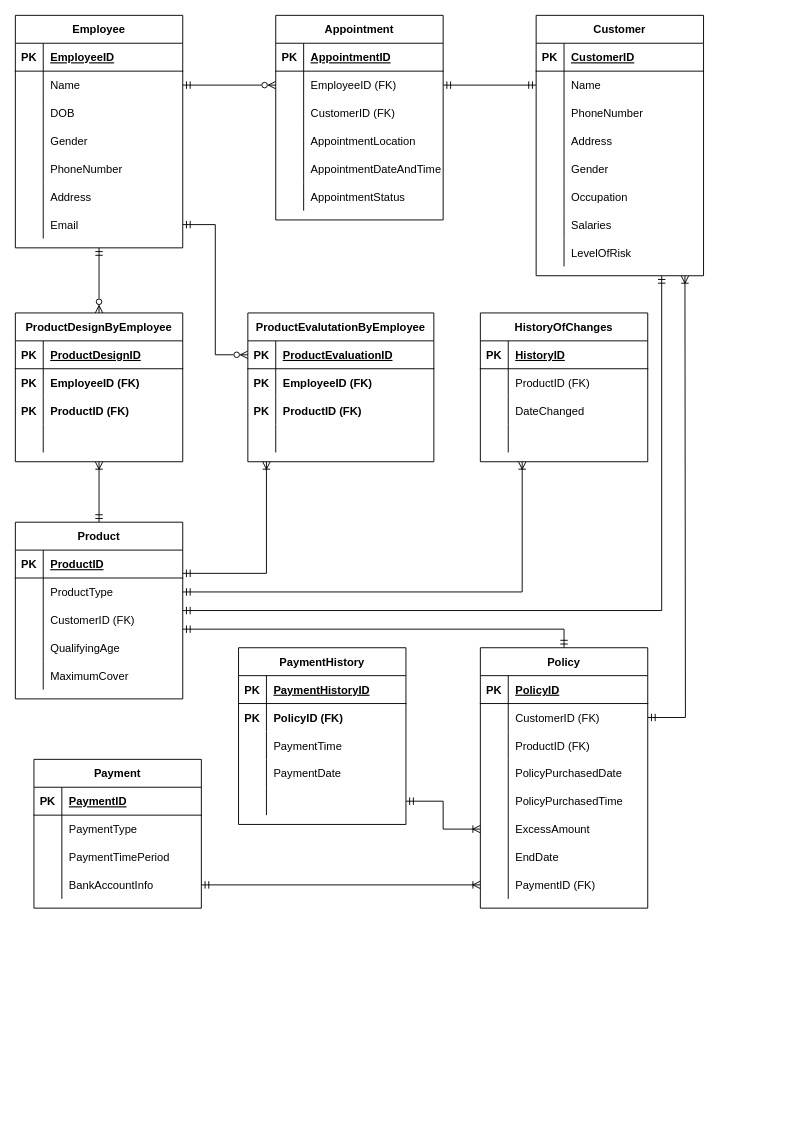
The draw.io diagram Assignment1.drawio in MaxCouling/infomgmt192, before the edit. Source tidied: cells renumbered, new cells numbered last; positions are measured from the earlier drawing's top-left corner, leaving out a move shared by most shapes. Both pictures are drawn from the tidied source at 93%, with x=0, y=0 at pixel (15, 15).
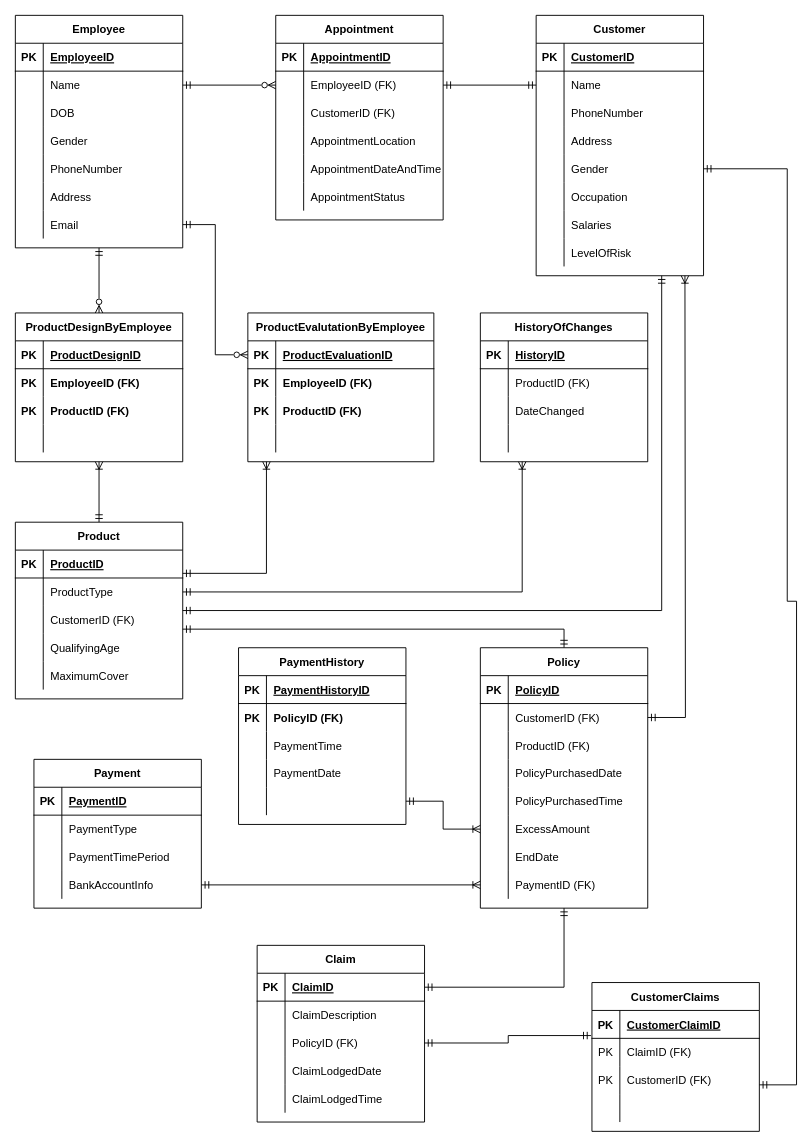
Above is the later version.

The change refers to these unchanged cells:
```xml
<mxCell id="57" style="shape=tableRow;horizontal=0;startSize=0;swimlaneHead=0;swimlaneBody=0;fillColor=none;points=[[0,0.5],[1,0.5]];portConstraint=eastwest;top=0;left=0;right=0;bottom=0;" parent="44" vertex="1">
  <mxGeometry y="150" width="180" height="30" as="geometry" />
</mxCell>
<mxCell id="132" value="Policy" style="shape=table;startSize=30;childLayout=tableLayout;rowLines=0;fontStyle=1;align=center;" parent="1" vertex="1">
  <mxGeometry x="500" y="680" width="180" height="280" as="geometry" />
</mxCell>
```

Diff of the diagram source:
```diff
@@
+    <mxCell id="189" style="edgeStyle=orthogonalEdgeStyle;rounded=0;jettySize=auto;html=1;startArrow=ERmandOne;startFill=0;endArrow=ERmandOne;endFill=0;" parent="1" edge="1" source="132" target="191">
+      <mxGeometry relative="1" as="geometry" />
+    </mxCell>
@@
+    <mxCell id="190" value="Claim" style="shape=table;startSize=30;childLayout=tableLayout;rowLines=0;fontStyle=1;align=center;" parent="1" vertex="1">
+      <mxGeometry x="260" y="1000" width="180" height="190" as="geometry" />
+    </mxCell>
+    <mxCell id="191" style="shape=tableRow;horizontal=0;startSize=0;swimlaneHead=0;swimlaneBody=0;fillColor=none;points=[[0,0.5],[1,0.5]];portConstraint=eastwest;top=0;left=0;right=0;bottom=1;" parent="190" vertex="1">
+      <mxGeometry y="30" width="180" height="30" as="geometry" />
+    </mxCell>
+    <mxCell id="192" value="PK" style="shape=partialRectangle;fillColor=none;top=0;left=0;bottom=0;right=0;fontStyle=1;overflow=hidden;" parent="191" vertex="1">
+      <mxGeometry width="30" height="30" as="geometry" />
+    </mxCell>
+    <mxCell id="193" value="ClaimID" style="shape=partialRectangle;fillColor=none;top=0;left=0;bottom=0;right=0;align=left;spacingLeft=6;fontStyle=5;overflow=hidden;" parent="191" vertex="1">
+      <mxGeometry x="30" width="150" height="30" as="geometry" />
+    </mxCell>
+    <mxCell id="194" style="shape=tableRow;horizontal=0;startSize=0;swimlaneHead=0;swimlaneBody=0;fillColor=none;top=0;left=0;right=0;bottom=0;" parent="190" vertex="1">
+      <mxGeometry y="60" width="180" height="30" as="geometry" />
+    </mxCell>
+    <mxCell id="195" style="shape=partialRectangle;fillColor=none;top=0;left=0;bottom=0;right=0;overflow=hidden;" parent="194" vertex="1">
+      <mxGeometry width="30" height="30" as="geometry" />
+    </mxCell>
+    <mxCell id="196" value="ClaimDescription" style="shape=partialRectangle;fillColor=none;top=0;left=0;bottom=0;right=0;align=left;spacingLeft=6;overflow=hidden;" parent="194" vertex="1">
+      <mxGeometry x="30" width="150" height="30" as="geometry" />
+    </mxCell>
+    <mxCell id="197" style="shape=tableRow;horizontal=0;startSize=0;swimlaneHead=0;swimlaneBody=0;fillColor=none;points=[[0,0.5],[1,0.5]];portConstraint=eastwest;top=0;left=0;right=0;bottom=0;" parent="190" vertex="1">
+      <mxGeometry y="90" width="180" height="30" as="geometry" />
+    </mxCell>
+    <mxCell id="198" style="shape=partialRectangle;fillColor=none;top=0;left=0;bottom=0;right=0;overflow=hidden;" parent="197" vertex="1">
+      <mxGeometry width="30" height="30" as="geometry" />
+    </mxCell>
+    <mxCell id="199" value="PolicyID (FK)" style="shape=partialRectangle;fillColor=none;top=0;left=0;bottom=0;right=0;align=left;spacingLeft=6;overflow=hidden;" parent="197" vertex="1">
+      <mxGeometry x="30" width="150" height="30" as="geometry" />
+    </mxCell>
+    <mxCell id="200" style="shape=tableRow;horizontal=0;startSize=0;swimlaneHead=0;swimlaneBody=0;fillColor=none;top=0;left=0;right=0;bottom=0;" parent="190" vertex="1">
+      <mxGeometry y="120" width="180" height="30" as="geometry" />
+    </mxCell>
+    <mxCell id="201" style="shape=partialRectangle;fillColor=none;top=0;left=0;bottom=0;right=0;overflow=hidden;" parent="200" vertex="1">
+      <mxGeometry width="30" height="30" as="geometry" />
+    </mxCell>
+    <mxCell id="202" value="ClaimLodgedDate" style="shape=partialRectangle;fillColor=none;top=0;left=0;bottom=0;right=0;align=left;spacingLeft=6;overflow=hidden;" parent="200" vertex="1">
+      <mxGeometry x="30" width="150" height="30" as="geometry" />
+    </mxCell>
+    <mxCell id="203" style="shape=tableRow;horizontal=0;startSize=0;swimlaneHead=0;swimlaneBody=0;fillColor=none;top=0;left=0;right=0;bottom=0;" parent="190" vertex="1">
+      <mxGeometry y="150" width="180" height="30" as="geometry" />
+    </mxCell>
+    <mxCell id="204" style="shape=partialRectangle;fillColor=none;top=0;left=0;bottom=0;right=0;overflow=hidden;" parent="203" vertex="1">
+      <mxGeometry width="30" height="30" as="geometry" />
+    </mxCell>
+    <mxCell id="205" value="ClaimLodgedTime" style="shape=partialRectangle;fillColor=none;top=0;left=0;bottom=0;right=0;align=left;spacingLeft=6;overflow=hidden;" parent="203" vertex="1">
+      <mxGeometry x="30" width="150" height="30" as="geometry" />
+    </mxCell>
+    <mxCell id="206" style="edgeStyle=orthogonalEdgeStyle;rounded=0;jettySize=auto;html=1;startArrow=ERmandOne;startFill=0;endArrow=ERmandOne;endFill=0;entryX=1;entryY=0.5;entryDx=0;entryDy=0;" parent="1" edge="1" source="207" target="57">
+      <mxGeometry relative="1" as="geometry">
+        <Array as="points">
+          <mxPoint x="840" y="1150" />
+          <mxPoint x="840" y="630" />
+          <mxPoint x="830" y="630" />
+          <mxPoint x="830" y="165" />
+        </Array>
+      </mxGeometry>
+    </mxCell>
+    <mxCell id="207" value="CustomerClaims" style="shape=table;startSize=30;childLayout=tableLayout;rowLines=0;fontStyle=1;align=center;" parent="1" vertex="1">
+      <mxGeometry x="620" y="1040" width="180" height="160" as="geometry" />
+    </mxCell>
+    <mxCell id="208" style="shape=tableRow;horizontal=0;startSize=0;swimlaneHead=0;swimlaneBody=0;fillColor=none;points=[[0,0.5],[1,0.5]];portConstraint=eastwest;top=0;left=0;right=0;bottom=1;" parent="207" vertex="1">
+      <mxGeometry y="30" width="180" height="30" as="geometry" />
+    </mxCell>
+    <mxCell id="209" value="PK" style="shape=partialRectangle;fillColor=none;top=0;left=0;bottom=0;right=0;fontStyle=1;overflow=hidden;" parent="208" vertex="1">
+      <mxGeometry width="30" height="30" as="geometry" />
+    </mxCell>
+    <mxCell id="210" value="CustomerClaimID" style="shape=partialRectangle;fillColor=none;top=0;left=0;bottom=0;right=0;align=left;spacingLeft=6;fontStyle=5;overflow=hidden;" parent="208" vertex="1">
+      <mxGeometry x="30" width="150" height="30" as="geometry" />
+    </mxCell>
+    <mxCell id="211" style="shape=tableRow;horizontal=0;startSize=0;swimlaneHead=0;swimlaneBody=0;fillColor=none;top=0;left=0;right=0;bottom=0;" parent="207" vertex="1">
+      <mxGeometry y="60" width="180" height="30" as="geometry" />
+    </mxCell>
+    <mxCell id="212" value="PK" style="shape=partialRectangle;fillColor=none;top=0;left=0;bottom=0;right=0;overflow=hidden;" parent="211" vertex="1">
+      <mxGeometry width="30" height="30" as="geometry" />
+    </mxCell>
+    <mxCell id="213" value="ClaimID (FK)" style="shape=partialRectangle;fillColor=none;top=0;left=0;bottom=0;right=0;align=left;spacingLeft=6;overflow=hidden;" parent="211" vertex="1">
+      <mxGeometry x="30" width="150" height="30" as="geometry" />
+    </mxCell>
+    <mxCell id="214" style="shape=tableRow;horizontal=0;startSize=0;swimlaneHead=0;swimlaneBody=0;fillColor=none;top=0;left=0;right=0;bottom=0;" parent="207" vertex="1">
+      <mxGeometry y="90" width="180" height="30" as="geometry" />
+    </mxCell>
+    <mxCell id="215" value="PK" style="shape=partialRectangle;fillColor=none;top=0;left=0;bottom=0;right=0;overflow=hidden;" parent="214" vertex="1">
+      <mxGeometry width="30" height="30" as="geometry" />
+    </mxCell>
+    <mxCell id="216" value="CustomerID (FK)" style="shape=partialRectangle;fillColor=none;top=0;left=0;bottom=0;right=0;align=left;spacingLeft=6;overflow=hidden;" parent="214" vertex="1">
+      <mxGeometry x="30" width="150" height="30" as="geometry" />
+    </mxCell>
+    <mxCell id="217" style="shape=tableRow;horizontal=0;startSize=0;swimlaneHead=0;swimlaneBody=0;fillColor=none;top=0;left=0;right=0;bottom=0;" parent="207" vertex="1">
+      <mxGeometry y="120" width="180" height="30" as="geometry" />
+    </mxCell>
+    <mxCell id="218" style="shape=partialRectangle;fillColor=none;top=0;left=0;bottom=0;right=0;overflow=hidden;" parent="217" vertex="1">
+      <mxGeometry width="30" height="30" as="geometry" />
+    </mxCell>
+    <mxCell id="219" style="shape=partialRectangle;fillColor=none;top=0;left=0;bottom=0;right=0;align=left;spacingLeft=6;overflow=hidden;" parent="217" vertex="1">
+      <mxGeometry x="30" width="150" height="30" as="geometry" />
+    </mxCell>
+    <mxCell id="220" style="edgeStyle=orthogonalEdgeStyle;rounded=0;jettySize=auto;html=1;entryX=-0.006;entryY=0.9;entryDx=0;entryDy=0;entryPerimeter=0;startArrow=ERmandOne;startFill=0;endArrow=ERmandOne;endFill=0;" parent="1" edge="1" source="197" target="208">
+      <mxGeometry relative="1" as="geometry" />
+    </mxCell>
```
